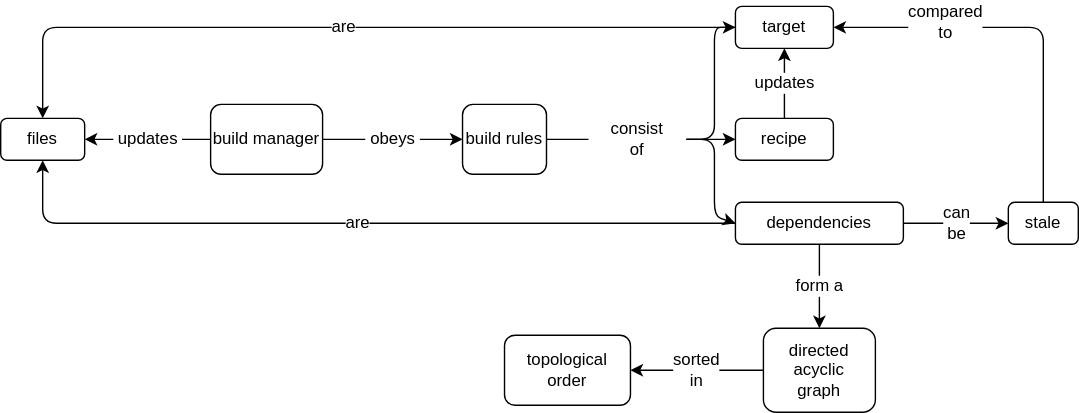
gvwilson/thirdbit keeps this draw.io diagram as sdxpy/build/concept_map.svg. Above is the earlier version. Source tidied: cells renumbered, new cells last; positions are measured from the earlier drawing's top-left corner, leaving out a move shared by most shapes.
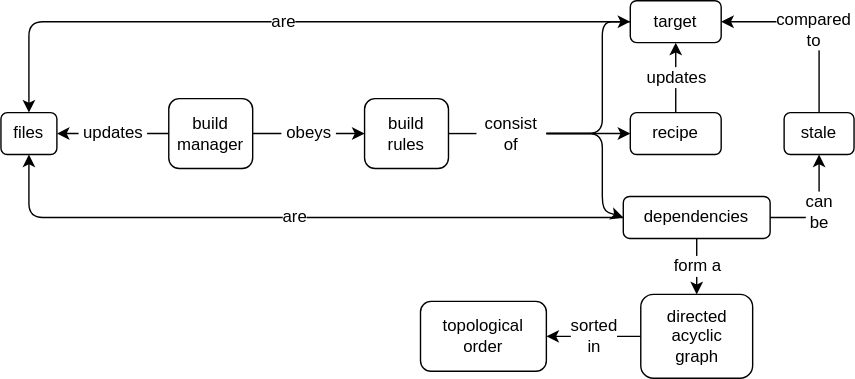
The same diagram one commit later.

What changed in the source:
```diff
@@ -2,99 +2,103 @@
   <root>
     <mxCell id="0" />
     <mxCell id="1" parent="0" />
-    <mxCell id="2" value="files" style="text;html=1;strokeColor=default;fillColor=none;align=center;verticalAlign=middle;whiteSpace=wrap;rounded=1;hachureGap=4;fontFamily=Verdana;fontSize=12;" parent="1" vertex="1">
-      <mxGeometry y="80" width="60" height="30" as="geometry" />
+    <mxCell id="2" value="files" style="text;html=1;strokeColor=default;fillColor=none;align=center;verticalAlign=middle;whiteSpace=wrap;rounded=1;hachureGap=4;fontFamily=Helvetica;fontSize=12;" parent="1" vertex="1">
+      <mxGeometry x="-10" y="80" width="40" height="30" as="geometry" />
     </mxCell>
-    <mxCell id="3" value="build manager" style="text;html=1;strokeColor=default;fillColor=none;align=center;verticalAlign=middle;whiteSpace=wrap;rounded=1;hachureGap=4;fontFamily=Verdana;fontSize=12;" parent="1" vertex="1">
-      <mxGeometry x="150" y="70" width="80" height="50" as="geometry" />
+    <mxCell id="3" value="build&lt;br&gt;manager" style="text;html=1;strokeColor=default;fillColor=none;align=center;verticalAlign=middle;whiteSpace=wrap;rounded=1;hachureGap=4;fontFamily=Helvetica;fontSize=12;" parent="1" vertex="1">
+      <mxGeometry x="110" y="70" width="60" height="50" as="geometry" />
     </mxCell>
-    <mxCell id="4" value="build rules" style="text;html=1;strokeColor=default;fillColor=none;align=center;verticalAlign=middle;whiteSpace=wrap;rounded=1;hachureGap=4;fontFamily=Verdana;fontSize=12;" parent="1" vertex="1">
-      <mxGeometry x="330" y="70" width="60" height="50" as="geometry" />
+    <mxCell id="4" value="build&lt;br&gt;rules" style="text;html=1;strokeColor=default;fillColor=none;align=center;verticalAlign=middle;whiteSpace=wrap;rounded=1;hachureGap=4;fontFamily=Helvetica;fontSize=12;" parent="1" vertex="1">
+      <mxGeometry x="250" y="70" width="60" height="50" as="geometry" />
     </mxCell>
-    <mxCell id="5" value="dependencies" style="text;html=1;strokeColor=default;fillColor=none;align=center;verticalAlign=middle;whiteSpace=wrap;rounded=1;hachureGap=4;fontFamily=Verdana;fontSize=12;" parent="1" vertex="1">
-      <mxGeometry x="525" y="140" width="120" height="30" as="geometry" />
+    <mxCell id="5" value="dependencies" style="text;html=1;strokeColor=default;fillColor=none;align=center;verticalAlign=middle;whiteSpace=wrap;rounded=1;hachureGap=4;fontFamily=Helvetica;fontSize=12;" parent="1" vertex="1">
+      <mxGeometry x="435" y="140" width="105" height="30" as="geometry" />
     </mxCell>
-    <mxCell id="6" value="target" style="text;html=1;strokeColor=default;fillColor=none;align=center;verticalAlign=middle;whiteSpace=wrap;rounded=1;hachureGap=4;fontFamily=Verdana;fontSize=12;" parent="1" vertex="1">
-      <mxGeometry x="525" width="70" height="30" as="geometry" />
+    <mxCell id="6" value="target" style="text;html=1;strokeColor=default;fillColor=none;align=center;verticalAlign=middle;whiteSpace=wrap;rounded=1;hachureGap=4;fontFamily=Helvetica;fontSize=12;" parent="1" vertex="1">
+      <mxGeometry x="440" width="65" height="30" as="geometry" />
     </mxCell>
-    <mxCell id="7" value="recipe" style="text;html=1;strokeColor=default;fillColor=none;align=center;verticalAlign=middle;whiteSpace=wrap;rounded=1;hachureGap=4;fontFamily=Verdana;fontSize=12;" parent="1" vertex="1">
-      <mxGeometry x="525" y="80" width="70" height="30" as="geometry" />
+    <mxCell id="7" value="recipe" style="text;html=1;strokeColor=default;fillColor=none;align=center;verticalAlign=middle;whiteSpace=wrap;rounded=1;hachureGap=4;fontFamily=Helvetica;fontSize=12;" parent="1" vertex="1">
+      <mxGeometry x="440" y="80" width="65" height="30" as="geometry" />
     </mxCell>
-    <mxCell id="8" value="directed&lt;br style=&quot;font-size: 12px;&quot;&gt;acyclic&lt;br style=&quot;font-size: 12px;&quot;&gt;graph" style="text;html=1;strokeColor=default;fillColor=none;align=center;verticalAlign=middle;whiteSpace=wrap;rounded=1;hachureGap=4;fontFamily=Verdana;fontSize=12;" parent="1" vertex="1">
-      <mxGeometry x="545" y="230" width="80" height="60" as="geometry" />
+    <mxCell id="8" value="directed&lt;br style=&quot;font-size: 12px;&quot;&gt;acyclic&lt;br style=&quot;font-size: 12px;&quot;&gt;graph" style="text;html=1;strokeColor=default;fillColor=none;align=center;verticalAlign=middle;whiteSpace=wrap;rounded=1;hachureGap=4;fontFamily=Helvetica;fontSize=12;" parent="1" vertex="1">
+      <mxGeometry x="447.5" y="210" width="80" height="60" as="geometry" />
     </mxCell>
-    <mxCell id="9" value="stale" style="text;html=1;strokeColor=default;fillColor=none;align=center;verticalAlign=middle;whiteSpace=wrap;rounded=1;hachureGap=4;fontFamily=Verdana;fontSize=12;" parent="1" vertex="1">
-      <mxGeometry x="720" y="140" width="50" height="30" as="geometry" />
+    <mxCell id="9" value="stale" style="text;html=1;strokeColor=default;fillColor=none;align=center;verticalAlign=middle;whiteSpace=wrap;rounded=1;hachureGap=4;fontFamily=Helvetica;fontSize=12;" parent="1" vertex="1">
+      <mxGeometry x="550" y="80" width="50" height="30" as="geometry" />
     </mxCell>
-    <mxCell id="10" value="topological&lt;br style=&quot;font-size: 12px;&quot;&gt;order" style="text;html=1;strokeColor=default;fillColor=none;align=center;verticalAlign=middle;whiteSpace=wrap;rounded=1;hachureGap=4;fontFamily=Verdana;fontSize=12;" parent="1" vertex="1">
-      <mxGeometry x="360" y="235" width="90" height="50" as="geometry" />
+    <mxCell id="10" value="topological&lt;br style=&quot;font-size: 12px;&quot;&gt;order" style="text;html=1;strokeColor=default;fillColor=none;align=center;verticalAlign=middle;whiteSpace=wrap;rounded=1;hachureGap=4;fontFamily=Helvetica;fontSize=12;" parent="1" vertex="1">
+      <mxGeometry x="290" y="215" width="90" height="50" as="geometry" />
     </mxCell>
-    <mxCell id="11" value="&amp;nbsp;updates&amp;nbsp;" style="endArrow=classic;html=1;rounded=1;hachureGap=4;fontFamily=Verdana;fontSize=12;sourcePerimeterSpacing=8;targetPerimeterSpacing=8;curved=1;entryX=1;entryY=0.5;entryDx=0;entryDy=0;exitX=0;exitY=0.5;exitDx=0;exitDy=0;" parent="1" edge="1" source="3" target="2">
+    <mxCell id="11" value="&amp;nbsp;updates&amp;nbsp;" style="endArrow=classic;html=1;rounded=1;hachureGap=4;fontFamily=Helvetica;fontSize=12;sourcePerimeterSpacing=8;targetPerimeterSpacing=8;curved=1;entryX=1;entryY=0.5;entryDx=0;entryDy=0;exitX=0;exitY=0.5;exitDx=0;exitDy=0;" parent="1" edge="1" source="3" target="2">
       <mxGeometry relative="1" as="geometry" />
     </mxCell>
-    <mxCell id="12" value="&amp;nbsp;obeys&amp;nbsp;" style="endArrow=classic;html=1;rounded=1;hachureGap=4;fontFamily=Verdana;fontSize=12;sourcePerimeterSpacing=8;targetPerimeterSpacing=8;curved=1;exitX=1;exitY=0.5;exitDx=0;exitDy=0;entryX=0;entryY=0.5;entryDx=0;entryDy=0;" parent="1" edge="1" source="3" target="4">
+    <mxCell id="12" value="&amp;nbsp;obeys&amp;nbsp;" style="endArrow=classic;html=1;rounded=1;hachureGap=4;fontFamily=Helvetica;fontSize=12;sourcePerimeterSpacing=8;targetPerimeterSpacing=8;curved=1;exitX=1;exitY=0.5;exitDx=0;exitDy=0;entryX=0;entryY=0.5;entryDx=0;entryDy=0;" parent="1" edge="1" source="3" target="4">
       <mxGeometry relative="1" as="geometry" />
     </mxCell>
-    <mxCell id="13" value="can&lt;br style=&quot;font-size: 12px;&quot;&gt;be" style="endArrow=classic;html=1;rounded=1;hachureGap=4;fontFamily=Verdana;fontSize=12;sourcePerimeterSpacing=8;targetPerimeterSpacing=8;curved=1;exitX=1;exitY=0.5;exitDx=0;exitDy=0;entryX=0;entryY=0.5;entryDx=0;entryDy=0;" parent="1" edge="1" source="5" target="9">
-      <mxGeometry relative="1" as="geometry" />
+    <mxCell id="13" value="can&lt;br style=&quot;font-size: 12px;&quot;&gt;be" style="endArrow=classic;html=1;rounded=1;hachureGap=4;fontFamily=Helvetica;fontSize=12;sourcePerimeterSpacing=8;targetPerimeterSpacing=8;exitX=1;exitY=0.5;exitDx=0;exitDy=0;entryX=0.5;entryY=1;entryDx=0;entryDy=0;" parent="1" edge="1" source="5" target="9">
+      <mxGeometry x="-0.01" relative="1" as="geometry">
+        <Array as="points">
+          <mxPoint x="575" y="155" />
+        </Array>
+      </mxGeometry>
     </mxCell>
-    <mxCell id="14" value="form a" style="endArrow=classic;html=1;rounded=1;hachureGap=4;fontFamily=Verdana;fontSize=12;sourcePerimeterSpacing=8;targetPerimeterSpacing=8;curved=1;exitX=0.5;exitY=1;exitDx=0;exitDy=0;entryX=0.5;entryY=0;entryDx=0;entryDy=0;" parent="1" edge="1" source="5" target="8">
+    <mxCell id="14" value="form a" style="endArrow=classic;html=1;rounded=1;hachureGap=4;fontFamily=Helvetica;fontSize=12;sourcePerimeterSpacing=8;targetPerimeterSpacing=8;curved=1;exitX=0.5;exitY=1;exitDx=0;exitDy=0;entryX=0.5;entryY=0;entryDx=0;entryDy=0;" parent="1" edge="1" source="5" target="8">
       <mxGeometry relative="1" as="geometry" />
     </mxCell>
-    <mxCell id="15" value="sorted&lt;br style=&quot;font-size: 12px;&quot;&gt;in" style="endArrow=classic;html=1;rounded=1;hachureGap=4;fontFamily=Verdana;fontSize=12;sourcePerimeterSpacing=8;targetPerimeterSpacing=8;curved=1;exitX=0;exitY=0.5;exitDx=0;exitDy=0;entryX=1;entryY=0.5;entryDx=0;entryDy=0;" parent="1" edge="1" source="8" target="10">
+    <mxCell id="15" value="sorted&lt;br style=&quot;font-size: 12px;&quot;&gt;in" style="endArrow=classic;html=1;rounded=1;hachureGap=4;fontFamily=Helvetica;fontSize=12;sourcePerimeterSpacing=8;targetPerimeterSpacing=8;curved=1;exitX=0;exitY=0.5;exitDx=0;exitDy=0;entryX=1;entryY=0.5;entryDx=0;entryDy=0;" parent="1" edge="1" source="8" target="10">
       <mxGeometry relative="1" as="geometry" />
     </mxCell>
-    <mxCell id="16" value="consist&lt;br style=&quot;font-size: 12px;&quot;&gt;of" style="text;html=1;strokeColor=none;fillColor=none;align=center;verticalAlign=middle;whiteSpace=wrap;rounded=0;hachureGap=4;fontFamily=Verdana;fontSize=12;" parent="1" vertex="1">
-      <mxGeometry x="420" y="70" width="70" height="50" as="geometry" />
+    <mxCell id="16" value="consist&lt;br style=&quot;font-size: 12px;&quot;&gt;of" style="text;html=1;strokeColor=none;fillColor=none;align=center;verticalAlign=middle;whiteSpace=wrap;rounded=0;hachureGap=4;fontFamily=Helvetica;fontSize=12;" parent="1" vertex="1">
+      <mxGeometry x="330" y="70" width="50" height="50" as="geometry" />
     </mxCell>
-    <mxCell id="17" style="endArrow=none;html=1;rounded=1;hachureGap=4;fontFamily=Verdana;fontSize=12;sourcePerimeterSpacing=8;targetPerimeterSpacing=8;curved=1;exitX=1;exitY=0.5;exitDx=0;exitDy=0;entryX=0;entryY=0.5;entryDx=0;entryDy=0;" parent="1" edge="1" source="4" target="16">
+    <mxCell id="17" style="endArrow=none;html=1;rounded=1;hachureGap=4;fontFamily=Helvetica;fontSize=12;sourcePerimeterSpacing=8;targetPerimeterSpacing=8;curved=1;exitX=1;exitY=0.5;exitDx=0;exitDy=0;entryX=0;entryY=0.5;entryDx=0;entryDy=0;" parent="1" edge="1" source="4" target="16">
       <mxGeometry relative="1" as="geometry" />
     </mxCell>
-    <mxCell id="18" style="endArrow=classic;html=1;rounded=1;hachureGap=4;fontFamily=Verdana;fontSize=12;sourcePerimeterSpacing=8;targetPerimeterSpacing=8;entryX=0;entryY=0.5;entryDx=0;entryDy=0;exitX=1;exitY=0.5;exitDx=0;exitDy=0;" parent="1" edge="1" source="16" target="6">
+    <mxCell id="18" style="endArrow=classic;html=1;rounded=1;hachureGap=4;fontFamily=Helvetica;fontSize=12;sourcePerimeterSpacing=8;targetPerimeterSpacing=8;entryX=0;entryY=0.5;entryDx=0;entryDy=0;exitX=1;exitY=0.5;exitDx=0;exitDy=0;" parent="1" edge="1" source="16" target="6">
       <mxGeometry relative="1" as="geometry">
         <Array as="points">
-          <mxPoint x="510" y="95" />
-          <mxPoint x="510" y="15" />
+          <mxPoint x="420" y="95" />
+          <mxPoint x="420" y="15" />
         </Array>
       </mxGeometry>
     </mxCell>
-    <mxCell id="19" style="endArrow=classic;html=1;rounded=1;hachureGap=4;fontFamily=Verdana;fontSize=12;sourcePerimeterSpacing=8;targetPerimeterSpacing=8;entryX=0;entryY=0.5;entryDx=0;entryDy=0;exitX=1;exitY=0.5;exitDx=0;exitDy=0;" parent="1" edge="1" source="16" target="7">
+    <mxCell id="19" style="endArrow=classic;html=1;rounded=1;hachureGap=4;fontFamily=Helvetica;fontSize=12;sourcePerimeterSpacing=8;targetPerimeterSpacing=8;entryX=0;entryY=0.5;entryDx=0;entryDy=0;exitX=1;exitY=0.5;exitDx=0;exitDy=0;" parent="1" edge="1" source="16" target="7">
       <mxGeometry relative="1" as="geometry" />
     </mxCell>
-    <mxCell id="20" style="endArrow=classic;html=1;rounded=1;hachureGap=4;fontFamily=Verdana;fontSize=12;sourcePerimeterSpacing=8;targetPerimeterSpacing=8;exitX=1;exitY=0.5;exitDx=0;exitDy=0;entryX=0;entryY=0.5;entryDx=0;entryDy=0;" parent="1" edge="1" source="16" target="5">
+    <mxCell id="20" style="endArrow=classic;html=1;rounded=1;hachureGap=4;fontFamily=Helvetica;fontSize=12;sourcePerimeterSpacing=8;targetPerimeterSpacing=8;entryX=0;entryY=0.5;entryDx=0;entryDy=0;exitX=1;exitY=0.5;exitDx=0;exitDy=0;" parent="1" edge="1" source="16" target="5">
       <mxGeometry relative="1" as="geometry">
         <Array as="points">
-          <mxPoint x="510" y="95" />
-          <mxPoint x="510" y="150" />
+          <mxPoint x="420" y="95" />
+          <mxPoint x="420" y="150" />
         </Array>
       </mxGeometry>
     </mxCell>
-    <mxCell id="21" style="endArrow=classic;html=1;rounded=1;hachureGap=4;fontFamily=Verdana;fontSize=12;sourcePerimeterSpacing=8;targetPerimeterSpacing=8;entryX=1;entryY=0.5;entryDx=0;entryDy=0;exitX=0.5;exitY=0;exitDx=0;exitDy=0;" parent="1" edge="1" source="9" target="6">
+    <mxCell id="21" style="endArrow=classic;html=1;rounded=1;hachureGap=4;fontFamily=Helvetica;fontSize=12;sourcePerimeterSpacing=8;targetPerimeterSpacing=8;entryX=1;entryY=0.5;entryDx=0;entryDy=0;exitX=0.5;exitY=0;exitDx=0;exitDy=0;" parent="1" edge="1" source="9" target="6">
       <mxGeometry relative="1" as="geometry">
         <Array as="points">
-          <mxPoint x="745" y="15" />
+          <mxPoint x="575" y="15" />
         </Array>
       </mxGeometry>
     </mxCell>
-    <mxCell id="22" value="compared&lt;br style=&quot;font-size: 12px;&quot;&gt;to" style="edgeLabel;html=1;align=center;verticalAlign=middle;fontSize=12;fontFamily=Verdana;" parent="21" vertex="1">
+    <mxCell id="22" value="compared&lt;br style=&quot;font-size: 12px;&quot;&gt;to" style="edgeLabel;html=1;align=center;verticalAlign=middle;fontSize=12;fontFamily=Helvetica;" parent="21" vertex="1">
       <mxGeometry x="0.16" y="-3" relative="1" as="geometry">
-        <mxPoint x="-36" y="-2" as="offset" />
+        <mxPoint x="8" y="8" as="offset" />
       </mxGeometry>
     </mxCell>
-    <mxCell id="23" value="updates" style="endArrow=classic;html=1;rounded=1;hachureGap=4;fontFamily=Verdana;fontSize=12;sourcePerimeterSpacing=8;targetPerimeterSpacing=8;entryX=0.5;entryY=1;entryDx=0;entryDy=0;exitX=0.5;exitY=0;exitDx=0;exitDy=0;" parent="1" edge="1" source="7" target="6">
+    <mxCell id="23" value="updates" style="endArrow=classic;html=1;rounded=1;hachureGap=4;fontFamily=Helvetica;fontSize=12;sourcePerimeterSpacing=8;targetPerimeterSpacing=8;entryX=0.5;entryY=1;entryDx=0;entryDy=0;exitX=0.5;exitY=0;exitDx=0;exitDy=0;" parent="1" edge="1" source="7" target="6">
       <mxGeometry relative="1" as="geometry" />
     </mxCell>
-    <mxCell id="24" value="are" style="endArrow=classic;html=1;rounded=1;sketch=0;fontFamily=Verdana;fontSize=12;exitX=0;exitY=0.5;exitDx=0;exitDy=0;entryX=0.5;entryY=1;entryDx=0;entryDy=0;" parent="1" edge="1" source="5" target="2">
+    <mxCell id="24" value="are" style="endArrow=classic;html=1;rounded=1;sketch=0;fontFamily=Helvetica;fontSize=12;exitX=0;exitY=0.5;exitDx=0;exitDy=0;entryX=0.5;entryY=1;entryDx=0;entryDy=0;" parent="1" edge="1" source="5" target="2">
       <mxGeometry relative="1" as="geometry">
         <Array as="points">
-          <mxPoint x="30" y="155" />
+          <mxPoint x="10" y="155" />
         </Array>
       </mxGeometry>
     </mxCell>
-    <mxCell id="25" value="are" style="endArrow=classic;html=1;rounded=1;sketch=0;fontFamily=Verdana;fontSize=12;entryX=0.5;entryY=0;entryDx=0;entryDy=0;exitX=0;exitY=0.5;exitDx=0;exitDy=0;" parent="1" edge="1" source="6" target="2">
+    <mxCell id="25" value="are" style="endArrow=classic;html=1;rounded=1;sketch=0;fontFamily=Helvetica;fontSize=12;entryX=0.5;entryY=0;entryDx=0;entryDy=0;exitX=0;exitY=0.5;exitDx=0;exitDy=0;" parent="1" edge="1" source="6" target="2">
       <mxGeometry relative="1" as="geometry">
         <Array as="points">
-          <mxPoint x="30" y="15" />
+          <mxPoint x="10" y="15" />
         </Array>
       </mxGeometry>
     </mxCell>
```
